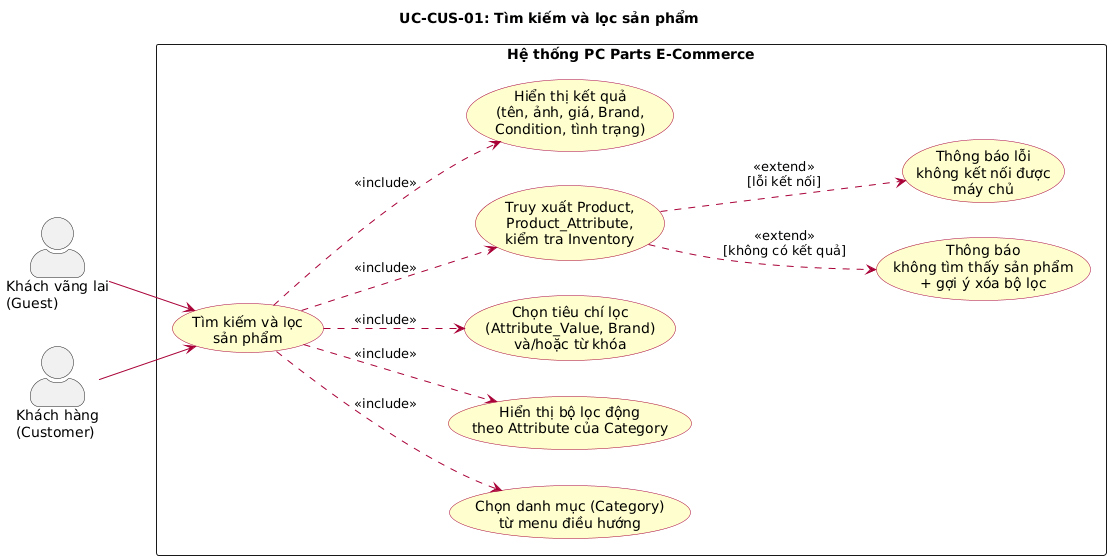
Before: docs/diagrams/images/uc_CUS01_tim_kiem_loc.png, a diagram exported from PlantUML (huuhieu56/PC-Parts-ECommerce). Its diagram source:
```plantuml
@startuml
left to right direction
skinparam actorStyle awesome
skinparam packageStyle rectangle
skinparam usecase {
  BackgroundColor #FEFECE
  BorderColor #A80036
  ArrowColor #A80036
}

title UC-CUS-01: Tìm kiếm và lọc sản phẩm

actor "Khách vãng lai\n(Guest)" as Guest
actor "Khách hàng\n(Customer)" as Customer

rectangle "Hệ thống PC Parts E-Commerce" {
  usecase "Tìm kiếm và lọc\nsản phẩm" as UC_SEARCH

  usecase "Chọn danh mục (Category)\ntừ menu điều hướng" as UC_SELECT_CAT
  usecase "Hiển thị bộ lọc động\ntheo Attribute của Category" as UC_DYNAMIC_FILTER
  usecase "Chọn tiêu chí lọc\n(Attribute_Value, Brand)\nvà/hoặc từ khóa" as UC_CRITERIA
  usecase "Truy xuất Product,\nProduct_Attribute,\nkiểm tra Inventory" as UC_QUERY
  usecase "Hiển thị kết quả\n(tên, ảnh, giá, Brand,\nCondition, tình trạng)" as UC_RESULT

  usecase "Thông báo\nkhông tìm thấy sản phẩm\n+ gợi ý xóa bộ lọc" as UC_ERR_EMPTY
  usecase "Thông báo lỗi\nkhông kết nối được\nmáy chủ" as UC_ERR_DB
}

Guest --> UC_SEARCH
Customer --> UC_SEARCH

UC_SEARCH ..> UC_SELECT_CAT : <<include>>
UC_SEARCH ..> UC_DYNAMIC_FILTER : <<include>>
UC_SEARCH ..> UC_CRITERIA : <<include>>
UC_SEARCH ..> UC_QUERY : <<include>>
UC_SEARCH ..> UC_RESULT : <<include>>

UC_QUERY ..> UC_ERR_EMPTY : <<extend>>\n[không có kết quả]
UC_QUERY ..> UC_ERR_DB : <<extend>>\n[lỗi kết nối]
@enduml
```
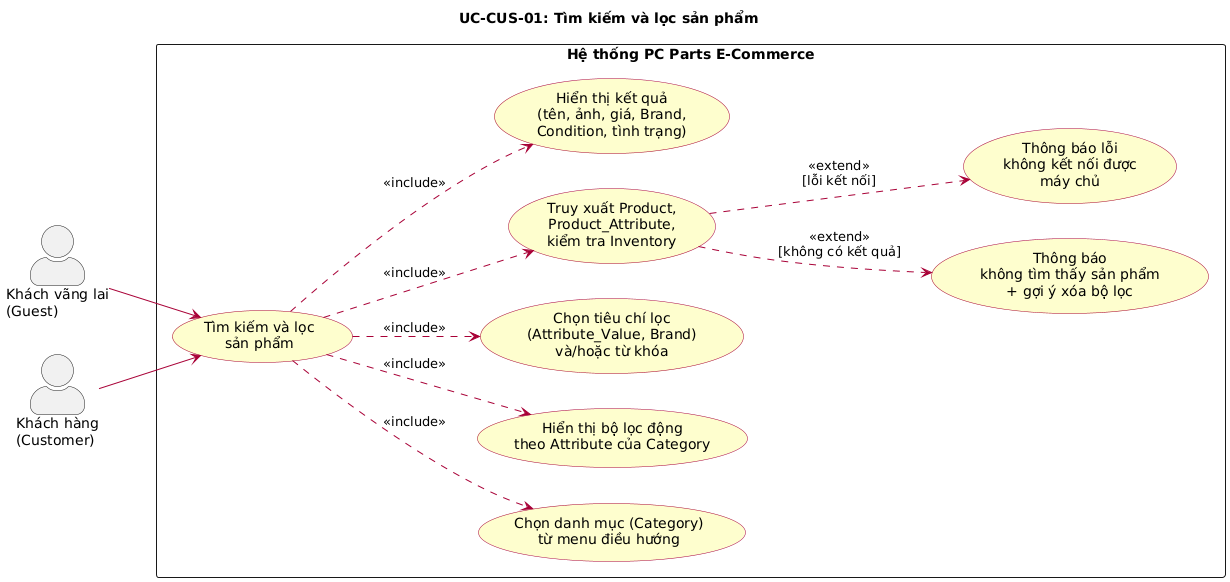
After the change.

The edit, as a diff of the source:
```diff
@@ -1,4 +1,4 @@
-@startuml
+@startuml uc_CUS01_tim_kiem_loc
 left to right direction
 skinparam actorStyle awesome
 skinparam packageStyle rectangle
@@ -37,4 +37,5 @@
 
 UC_QUERY ..> UC_ERR_EMPTY : <<extend>>\n[không có kết quả]
 UC_QUERY ..> UC_ERR_DB : <<extend>>\n[lỗi kết nối]
+
 @enduml
```
